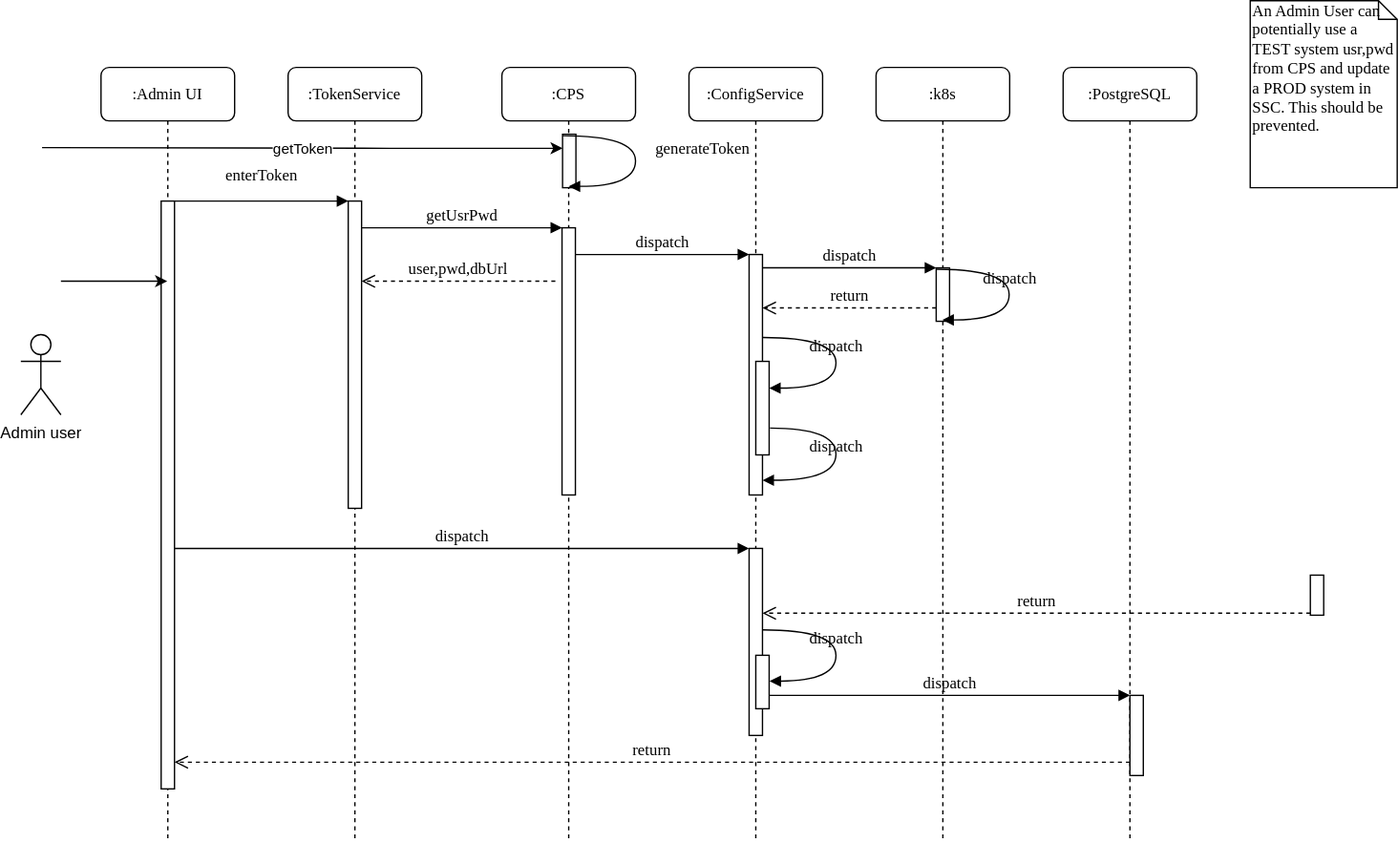
Before: SavePasswordFlow.svg, a diagram exported from draw.io (sundarvc/sequence-diagrams). Source tidied: cells renumbered, new cells last; positions are measured from the earlier drawing's top-left corner, leaving out a move shared by most shapes.
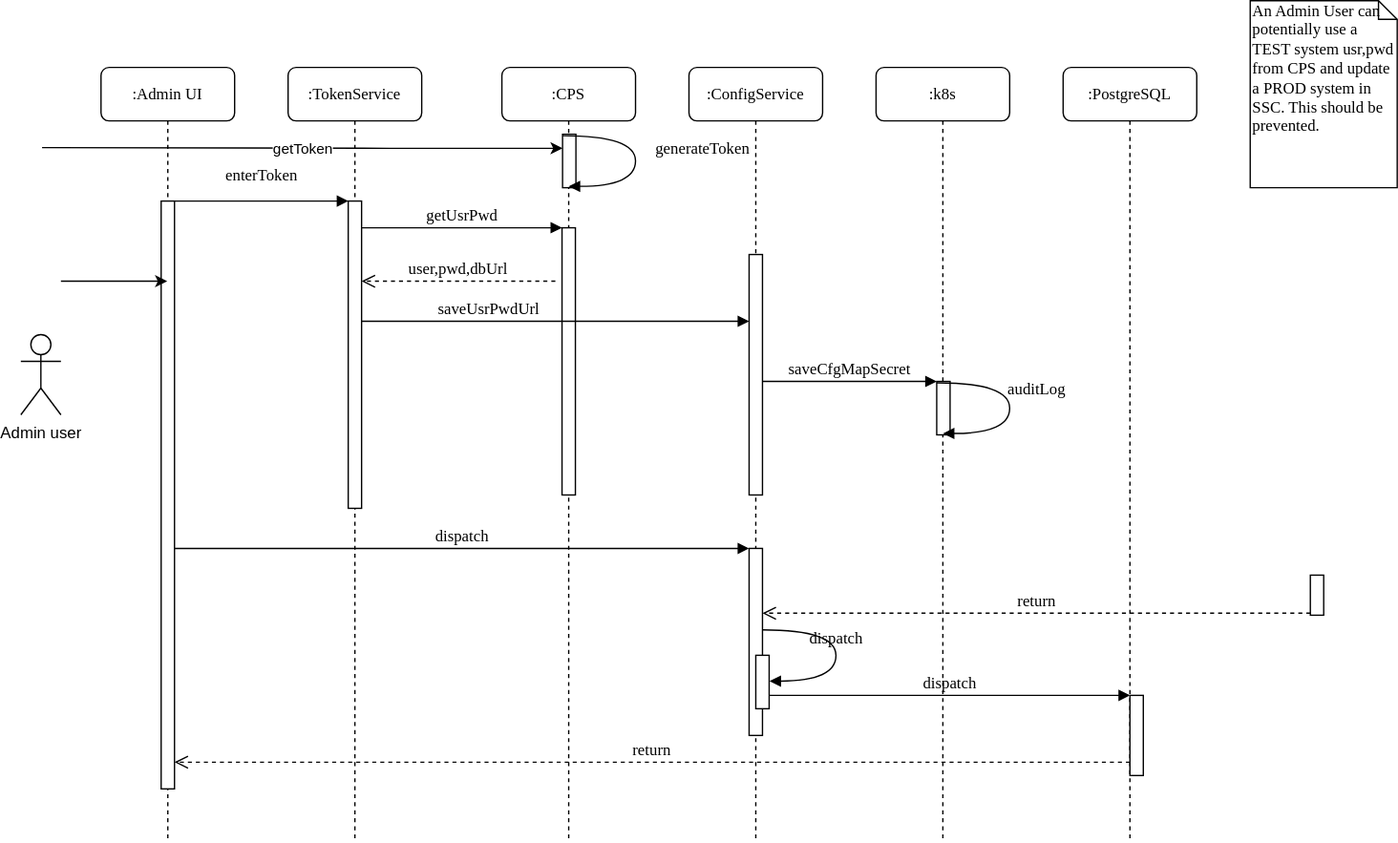
Later version of the same file.

Change to the diagram source:
```diff
@@ -20,6 +20,19 @@
     <mxCell id="7" value=":k8s" style="shape=umlLifeline;perimeter=lifelinePerimeter;whiteSpace=wrap;html=1;rounded=1;shadow=0;comic=0;labelBackgroundColor=none;strokeWidth=1;fontFamily=Verdana;fontSize=12;align=center;" parent="1" vertex="1">
       <mxGeometry x="640" y="50" width="100" height="580" as="geometry" />
     </mxCell>
+    <mxCell id="13" style="html=1;points=[];perimeter=orthogonalPerimeter;rounded=0;shadow=0;comic=0;labelBackgroundColor=none;strokeWidth=1;fontFamily=Verdana;fontSize=12;align=center;" parent="7" vertex="1">
+      <mxGeometry x="45.4" y="235" width="10" height="40" as="geometry" />
+    </mxCell>
+    <mxCell id="33" value="auditLog" style="html=1;verticalAlign=bottom;endArrow=block;labelBackgroundColor=none;fontFamily=Verdana;fontSize=12;elbow=vertical;edgeStyle=orthogonalEdgeStyle;curved=1;entryX=1;entryY=0.286;entryPerimeter=0;exitX=1.038;exitY=0.345;exitPerimeter=0;" parent="7" edge="1">
+      <mxGeometry x="-0.04" y="20" relative="1" as="geometry">
+        <mxPoint x="45.4" y="236" as="sourcePoint" />
+        <mxPoint x="50" y="274" as="targetPoint" />
+        <Array as="points">
+          <mxPoint x="100" y="235.9" />
+          <mxPoint x="100" y="273.9" />
+        </Array>
+      </mxGeometry>
+    </mxCell>
     <mxCell id="8" value=":PostgreSQL" style="shape=umlLifeline;perimeter=lifelinePerimeter;whiteSpace=wrap;html=1;rounded=1;shadow=0;comic=0;labelBackgroundColor=none;strokeWidth=1;fontFamily=Verdana;fontSize=12;align=center;" parent="1" vertex="1">
       <mxGeometry x="780" y="50" width="100" height="580" as="geometry" />
     </mxCell>
@@ -32,27 +45,17 @@
     <mxCell id="11" style="html=1;points=[];perimeter=orthogonalPerimeter;rounded=0;shadow=0;comic=0;labelBackgroundColor=none;strokeWidth=1;fontFamily=Verdana;fontSize=12;align=center;" parent="1" vertex="1">
       <mxGeometry x="545" y="190" width="10" height="180" as="geometry" />
     </mxCell>
-    <mxCell id="12" value="dispatch" style="html=1;verticalAlign=bottom;endArrow=block;labelBackgroundColor=none;fontFamily=Verdana;fontSize=12;edgeStyle=elbowEdgeStyle;elbow=vertical;" parent="1" edge="1" source="5" target="11">
-      <mxGeometry relative="1" as="geometry">
+    <mxCell id="12" value="saveUsrPwdUrl" style="html=1;verticalAlign=bottom;endArrow=block;labelBackgroundColor=none;fontFamily=Verdana;fontSize=12;edgeStyle=elbowEdgeStyle;elbow=vertical;" parent="1" edge="1" source="5" target="11">
+      <mxGeometry x="0.13" relative="1" as="geometry">
         <Array as="points">
+          <mxPoint x="250" y="240" />
           <mxPoint x="420" y="190" />
         </Array>
       </mxGeometry>
     </mxCell>
-    <mxCell id="13" style="html=1;points=[];perimeter=orthogonalPerimeter;rounded=0;shadow=0;comic=0;labelBackgroundColor=none;strokeWidth=1;fontFamily=Verdana;fontSize=12;align=center;" parent="1" vertex="1">
-      <mxGeometry x="685" y="200" width="10" height="40" as="geometry" />
-    </mxCell>
-    <mxCell id="14" value="dispatch" style="html=1;verticalAlign=bottom;endArrow=block;entryX=0;entryY=0;labelBackgroundColor=none;fontFamily=Verdana;fontSize=12;edgeStyle=elbowEdgeStyle;elbow=vertical;" parent="1" edge="1" source="11" target="13">
+    <mxCell id="14" value="saveCfgMapSecret" style="html=1;verticalAlign=bottom;endArrow=block;entryX=0;entryY=0;labelBackgroundColor=none;fontFamily=Verdana;fontSize=12;edgeStyle=elbowEdgeStyle;elbow=vertical;" parent="1" edge="1" source="11" target="13">
       <mxGeometry relative="1" as="geometry" />
     </mxCell>
-    <mxCell id="15" value="return" style="html=1;verticalAlign=bottom;endArrow=open;dashed=1;endSize=8;labelBackgroundColor=none;fontFamily=Verdana;fontSize=12;edgeStyle=elbowEdgeStyle;elbow=vertical;" parent="1" edge="1" source="13" target="11">
-      <mxGeometry relative="1" as="geometry">
-        <Array as="points">
-          <mxPoint x="630" y="230" />
-          <mxPoint x="660" y="230" />
-        </Array>
-      </mxGeometry>
-    </mxCell>
     <mxCell id="16" style="html=1;points=[];perimeter=orthogonalPerimeter;rounded=0;shadow=0;comic=0;labelBackgroundColor=none;strokeWidth=1;fontFamily=Verdana;fontSize=12;align=center;" parent="1" vertex="1">
       <mxGeometry x="545" y="410" width="10" height="140" as="geometry" />
     </mxCell>
@@ -84,26 +87,6 @@
     <mxCell id="24" value="getUsrPwd" style="html=1;verticalAlign=bottom;endArrow=block;entryX=0;entryY=0;labelBackgroundColor=none;fontFamily=Verdana;fontSize=12;edgeStyle=elbowEdgeStyle;elbow=vertical;" parent="1" edge="1" source="3" target="5">
       <mxGeometry relative="1" as="geometry" />
     </mxCell>
-    <mxCell id="25" style="html=1;points=[];perimeter=orthogonalPerimeter;rounded=0;shadow=0;comic=0;labelBackgroundColor=none;strokeWidth=1;fontFamily=Verdana;fontSize=12;align=center;" parent="1" vertex="1">
-      <mxGeometry x="550" y="270" width="10" height="70" as="geometry" />
-    </mxCell>
-    <mxCell id="26" value="dispatch" style="html=1;verticalAlign=bottom;endArrow=block;labelBackgroundColor=none;fontFamily=Verdana;fontSize=12;elbow=vertical;edgeStyle=orthogonalEdgeStyle;curved=1;entryX=1;entryY=0.286;entryPerimeter=0;exitX=1.038;exitY=0.345;exitPerimeter=0;" parent="1" edge="1" source="11" target="25">
-      <mxGeometry relative="1" as="geometry">
-        <Array as="points">
-          <mxPoint x="610" y="252" />
-          <mxPoint x="610" y="290" />
-        </Array>
-      </mxGeometry>
-    </mxCell>
-    <mxCell id="27" value="dispatch" style="html=1;verticalAlign=bottom;endArrow=block;labelBackgroundColor=none;fontFamily=Verdana;fontSize=12;elbow=vertical;edgeStyle=orthogonalEdgeStyle;curved=1;exitX=1.066;exitY=0.713;exitPerimeter=0;" parent="1" edge="1" source="25">
-      <mxGeometry relative="1" as="geometry">
-        <mxPoint x="555" y="359" as="targetPoint" />
-        <Array as="points">
-          <mxPoint x="610" y="320" />
-          <mxPoint x="610" y="359" />
-        </Array>
-      </mxGeometry>
-    </mxCell>
     <mxCell id="28" style="html=1;points=[];perimeter=orthogonalPerimeter;rounded=0;shadow=0;comic=0;labelBackgroundColor=none;strokeWidth=1;fontFamily=Verdana;fontSize=12;align=center;" parent="1" vertex="1">
       <mxGeometry x="550" y="490" width="10" height="40" as="geometry" />
     </mxCell>
@@ -132,16 +115,6 @@
         </Array>
       </mxGeometry>
     </mxCell>
-    <mxCell id="33" value="dispatch" style="html=1;verticalAlign=bottom;endArrow=block;labelBackgroundColor=none;fontFamily=Verdana;fontSize=12;elbow=vertical;edgeStyle=orthogonalEdgeStyle;curved=1;entryX=1;entryY=0.286;entryPerimeter=0;exitX=1.038;exitY=0.345;exitPerimeter=0;" parent="1" edge="1">
-      <mxGeometry relative="1" as="geometry">
-        <mxPoint x="685" y="201" as="sourcePoint" />
-        <mxPoint x="689.6" y="239" as="targetPoint" />
-        <Array as="points">
-          <mxPoint x="739.6" y="200.9" />
-          <mxPoint x="739.6" y="238.9" />
-        </Array>
-      </mxGeometry>
-    </mxCell>
     <mxCell id="34" style="html=1;perimeter=orthogonalPerimeter;rounded=0;shadow=0;comic=0;labelBackgroundColor=none;strokeWidth=1;fontFamily=Verdana;fontSize=12;align=center;" parent="1" vertex="1">
       <mxGeometry x="405.4" y="100" width="10" height="40" as="geometry" />
     </mxCell>
```
